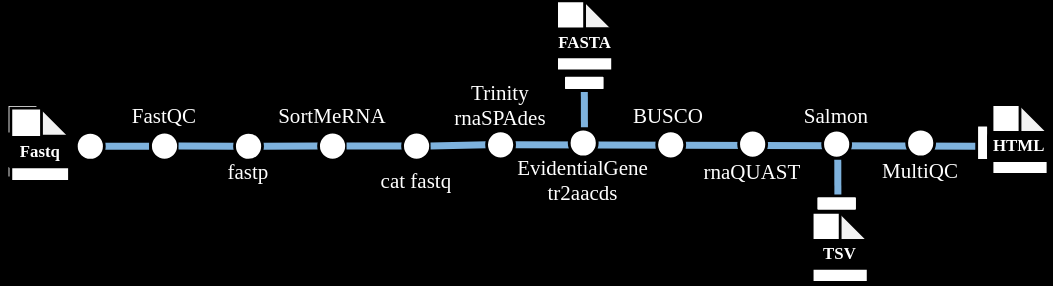
Earlier version of the draw.io export docs/images/transfuse_metro_map.drawio.svg (avani-bhojwani/TransFuse). Source tidied: cells renumbered, new cells last; positions are measured from the earlier drawing's top-left corner, leaving out a move shared by most shapes.
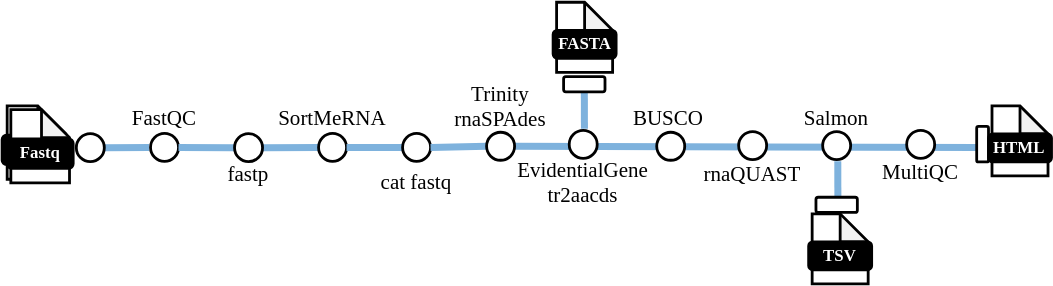
Later version of the same file.

What changed in the source:
```diff
@@ -1,22 +1,22 @@
-<mxGraphModel background="#000000">
+<mxGraphModel background="#FFFFFF">
   <root>
     <mxCell id="0" />
     <mxCell id="1" parent="0" />
-    <mxCell id="2" style="endArrow=none;html=1;rounded=1;strokeWidth=5;strokeColor=#7EB2DD;entryX=1;entryY=0;entryDx=0;entryDy=0;" parent="1" edge="1" source="26" target="35">
+    <mxCell id="2" style="endArrow=none;html=1;rounded=1;strokeWidth=5;strokeColor=#7EB2DD;entryX=1;entryY=0;entryDx=0;entryDy=0;fontColor=#000000;" parent="1" edge="1" source="26" target="35">
       <mxGeometry relative="1" as="geometry" />
     </mxCell>
-    <mxCell id="3" style="endArrow=none;html=1;rounded=1;strokeWidth=5;strokeColor=#7EB2DD;" parent="1" edge="1" source="42">
+    <mxCell id="3" style="endArrow=none;html=1;rounded=1;strokeWidth=5;strokeColor=#7EB2DD;fontColor=#000000;" parent="1" edge="1" source="42">
       <mxGeometry relative="1" as="geometry">
         <mxPoint x="105" y="103.8" as="targetPoint" />
       </mxGeometry>
     </mxCell>
-    <mxCell id="4" style="ellipse;whiteSpace=wrap;html=1;rounded=1;rotation=0;strokeWidth=2;fillColor=default;" parent="1" vertex="1">
+    <mxCell id="4" style="ellipse;whiteSpace=wrap;html=1;rounded=1;rotation=0;strokeWidth=2;fillColor=default;fontColor=#000000;" parent="1" vertex="1">
       <mxGeometry x="106" y="93.7" width="20" height="20" as="geometry" />
     </mxCell>
-    <mxCell id="5" value="&lt;font color=&quot;#ffffff&quot; style=&quot;font-size: 15px;&quot;&gt;FastQC&lt;/font&gt;" style="text;html=1;strokeColor=none;fillColor=none;align=center;verticalAlign=middle;whiteSpace=wrap;rounded=0;fontFamily=Maven Pro;fontSource=https%3A%2F%2Ffonts.googleapis.com%2Fcss%3Ffamily%3DMaven%2BPro;fontSize=15;" parent="1" vertex="1">
+    <mxCell id="5" value="&lt;font style=&quot;font-size: 15px;&quot;&gt;FastQC&lt;/font&gt;" style="text;html=1;strokeColor=none;fillColor=none;align=center;verticalAlign=middle;whiteSpace=wrap;rounded=0;fontFamily=Maven Pro;fontSource=https%3A%2F%2Ffonts.googleapis.com%2Fcss%3Ffamily%3DMaven%2BPro;fontSize=15;fontColor=#000000;" parent="1" vertex="1">
       <mxGeometry x="86" y="66.7" width="60" height="30" as="geometry" />
     </mxCell>
-    <mxCell id="6" value="&lt;font color=&quot;#ffffff&quot; style=&quot;font-size: 15px;&quot;&gt;fastp&lt;/font&gt;" style="text;html=1;strokeColor=none;fillColor=none;align=center;verticalAlign=middle;whiteSpace=wrap;rounded=0;fontFamily=Maven Pro;fontSource=https%3A%2F%2Ffonts.googleapis.com%2Fcss%3Ffamily%3DMaven%2BPro;fontSize=15;" parent="1" vertex="1">
+    <mxCell id="6" value="&lt;font style=&quot;font-size: 15px;&quot;&gt;fastp&lt;/font&gt;" style="text;html=1;strokeColor=none;fillColor=none;align=center;verticalAlign=middle;whiteSpace=wrap;rounded=0;fontFamily=Maven Pro;fontSource=https%3A%2F%2Ffonts.googleapis.com%2Fcss%3Ffamily%3DMaven%2BPro;fontSize=15;fontColor=#000000;" parent="1" vertex="1">
       <mxGeometry x="146" y="106.5" width="60" height="30" as="geometry" />
     </mxCell>
     <mxCell id="7" style="group;fontSize=10;" parent="1" vertex="1">
@@ -34,22 +34,22 @@
     <mxCell id="11" value="&lt;font color=&quot;#ffffff&quot; style=&quot;font-size: 12px;&quot;&gt;&lt;b style=&quot;font-size: 12px;&quot;&gt;&lt;font style=&quot;font-size: 12px;&quot;&gt;Fastq&lt;/font&gt;&lt;/b&gt;&lt;/font&gt;" style="rounded=1;whiteSpace=wrap;html=1;strokeWidth=2;fillColor=#000000;fontSize=12;fontFamily=Maven Pro;fontSource=https%3A%2F%2Ffonts.googleapis.com%2Fcss%3Ffamily%3DMaven%2BPro;" parent="7" vertex="1">
       <mxGeometry x="3.6" y="23.6" width="47.1" height="21" as="geometry" />
     </mxCell>
-    <mxCell id="12" value="&lt;font color=&quot;#ffffff&quot; style=&quot;font-size: 15px;&quot;&gt;SortMeRNA&lt;/font&gt;" style="text;html=1;strokeColor=none;fillColor=none;align=center;verticalAlign=middle;whiteSpace=wrap;rounded=0;fontFamily=Maven Pro;fontSource=https%3A%2F%2Ffonts.googleapis.com%2Fcss%3Ffamily%3DMaven%2BPro;fontSize=15;" parent="1" vertex="1">
+    <mxCell id="12" value="&lt;font style=&quot;font-size: 15px;&quot;&gt;SortMeRNA&lt;/font&gt;" style="text;html=1;strokeColor=none;fillColor=none;align=center;verticalAlign=middle;whiteSpace=wrap;rounded=0;fontFamily=Maven Pro;fontSource=https%3A%2F%2Ffonts.googleapis.com%2Fcss%3Ffamily%3DMaven%2BPro;fontSize=15;fontColor=#000000;" parent="1" vertex="1">
       <mxGeometry x="206" y="66.7" width="60" height="30" as="geometry" />
     </mxCell>
-    <mxCell id="13" value="&lt;font color=&quot;#ffffff&quot; style=&quot;font-size: 15px;&quot;&gt;cat fastq&lt;/font&gt;" style="text;html=1;strokeColor=none;fillColor=none;align=center;verticalAlign=middle;whiteSpace=wrap;rounded=0;fontFamily=Maven Pro;fontSource=https%3A%2F%2Ffonts.googleapis.com%2Fcss%3Ffamily%3DMaven%2BPro;fontSize=15;" parent="1" vertex="1">
+    <mxCell id="13" value="&lt;font style=&quot;font-size: 15px;&quot;&gt;cat fastq&lt;/font&gt;" style="text;html=1;strokeColor=none;fillColor=none;align=center;verticalAlign=middle;whiteSpace=wrap;rounded=0;fontFamily=Maven Pro;fontSource=https%3A%2F%2Ffonts.googleapis.com%2Fcss%3Ffamily%3DMaven%2BPro;fontSize=15;fontColor=#000000;" parent="1" vertex="1">
       <mxGeometry x="266" y="112.8" width="60" height="30" as="geometry" />
     </mxCell>
-    <mxCell id="14" value="&lt;div style=&quot;font-size: 15px;&quot;&gt;&lt;font color=&quot;#ffffff&quot; style=&quot;font-size: 15px;&quot;&gt;Trinity&lt;/font&gt;&lt;/div&gt;&lt;div style=&quot;font-size: 15px;&quot;&gt;&lt;font color=&quot;#ffffff&quot; style=&quot;font-size: 15px;&quot;&gt;rnaSPAdes&lt;br style=&quot;font-size: 15px;&quot;&gt;&lt;/font&gt;&lt;/div&gt;" style="text;html=1;strokeColor=none;fillColor=none;align=center;verticalAlign=middle;whiteSpace=wrap;rounded=0;fontFamily=Maven Pro;fontSource=https%3A%2F%2Ffonts.googleapis.com%2Fcss%3Ffamily%3DMaven%2BPro;fontSize=15;" parent="1" vertex="1">
+    <mxCell id="14" value="&lt;div style=&quot;font-size: 15px;&quot;&gt;&lt;font style=&quot;font-size: 15px;&quot;&gt;Trinity&lt;/font&gt;&lt;/div&gt;&lt;div style=&quot;font-size: 15px;&quot;&gt;&lt;font style=&quot;font-size: 15px;&quot;&gt;rnaSPAdes&lt;br style=&quot;font-size: 15px;&quot;&gt;&lt;/font&gt;&lt;/div&gt;" style="text;html=1;strokeColor=none;fillColor=none;align=center;verticalAlign=middle;whiteSpace=wrap;rounded=0;fontFamily=Maven Pro;fontSource=https%3A%2F%2Ffonts.googleapis.com%2Fcss%3Ffamily%3DMaven%2BPro;fontSize=15;fontColor=#000000;" parent="1" vertex="1">
       <mxGeometry x="326" y="44" width="60" height="59.7" as="geometry" />
     </mxCell>
-    <mxCell id="15" style="ellipse;whiteSpace=wrap;html=1;rounded=1;rotation=0;strokeWidth=2;fillColor=default;" parent="1" vertex="1">
+    <mxCell id="15" style="ellipse;whiteSpace=wrap;html=1;rounded=1;rotation=0;strokeWidth=2;fillColor=default;fontColor=#000000;" parent="1" vertex="1">
       <mxGeometry x="405" y="91.5" width="20" height="20" as="geometry" />
     </mxCell>
-    <mxCell id="16" value="&lt;div style=&quot;font-size: 15px;&quot;&gt;&lt;font color=&quot;#ffffff&quot; style=&quot;font-size: 15px;&quot;&gt;EvidentialGene tr2aacds&lt;/font&gt;&lt;br style=&quot;font-size: 15px;&quot;&gt;&lt;/div&gt;" style="text;html=1;strokeColor=none;fillColor=none;align=center;verticalAlign=middle;whiteSpace=wrap;rounded=0;fontFamily=Maven Pro;fontSource=https%3A%2F%2Ffonts.googleapis.com%2Fcss%3Ffamily%3DMaven%2BPro;fontSize=15;" parent="1" vertex="1">
+    <mxCell id="16" value="&lt;div style=&quot;font-size: 15px;&quot;&gt;&lt;font style=&quot;font-size: 15px;&quot;&gt;EvidentialGene tr2aacds&lt;/font&gt;&lt;br style=&quot;font-size: 15px;&quot;&gt;&lt;/div&gt;" style="text;html=1;strokeColor=none;fillColor=none;align=center;verticalAlign=middle;whiteSpace=wrap;rounded=0;fontFamily=Maven Pro;fontSource=https%3A%2F%2Ffonts.googleapis.com%2Fcss%3Ffamily%3DMaven%2BPro;fontSize=15;fontColor=#000000;" parent="1" vertex="1">
       <mxGeometry x="375" y="97.8" width="80" height="59.7" as="geometry" />
     </mxCell>
-    <mxCell id="17" style="endArrow=none;html=1;rounded=1;strokeWidth=5;strokeColor=#7EB2DD;" parent="1" edge="1" source="37">
+    <mxCell id="17" style="endArrow=none;html=1;rounded=1;strokeWidth=5;strokeColor=#7EB2DD;fontColor=#000000;" parent="1" edge="1" source="37">
       <mxGeometry relative="1" as="geometry">
         <mxPoint x="415.9" y="90.3" as="targetPoint" />
       </mxGeometry>
@@ -63,55 +63,55 @@
     <mxCell id="20" value="&lt;font color=&quot;#ffffff&quot; face=&quot;Maven Pro&quot;&gt;&lt;b&gt;FASTA&lt;/b&gt;&lt;/font&gt;" style="rounded=1;whiteSpace=wrap;html=1;strokeWidth=2;fillColor=#000000;" parent="18" vertex="1">
       <mxGeometry y="20" width="45" height="20" as="geometry" />
     </mxCell>
-    <mxCell id="21" style="endArrow=none;html=1;rounded=1;strokeWidth=5;strokeColor=#7EB2DD;" parent="1" edge="1" source="28" target="22">
+    <mxCell id="21" style="endArrow=none;html=1;rounded=1;strokeWidth=5;strokeColor=#7EB2DD;fontColor=#000000;" parent="1" edge="1" source="28" target="22">
       <mxGeometry relative="1" as="geometry" />
     </mxCell>
-    <mxCell id="22" style="ellipse;whiteSpace=wrap;html=1;rounded=1;rotation=0;strokeWidth=2;fillColor=default;" parent="1" vertex="1">
+    <mxCell id="22" style="ellipse;whiteSpace=wrap;html=1;rounded=1;rotation=0;strokeWidth=2;fillColor=default;fontColor=#000000;" parent="1" vertex="1">
       <mxGeometry x="226" y="93.7" width="20" height="20" as="geometry" />
     </mxCell>
-    <mxCell id="23" style="endArrow=none;html=1;rounded=1;strokeWidth=5;strokeColor=#7EB2DD;" parent="1" edge="1" source="22" target="24">
+    <mxCell id="23" style="endArrow=none;html=1;rounded=1;strokeWidth=5;strokeColor=#7EB2DD;fontColor=#000000;" parent="1" edge="1" source="22" target="24">
       <mxGeometry relative="1" as="geometry" />
     </mxCell>
-    <mxCell id="24" style="ellipse;whiteSpace=wrap;html=1;rounded=1;rotation=0;strokeWidth=2;fillColor=default;" parent="1" vertex="1">
+    <mxCell id="24" style="ellipse;whiteSpace=wrap;html=1;rounded=1;rotation=0;strokeWidth=2;fillColor=default;fontColor=#000000;" parent="1" vertex="1">
       <mxGeometry x="286" y="93.7" width="20" height="20" as="geometry" />
     </mxCell>
-    <mxCell id="25" style="endArrow=none;html=1;rounded=1;strokeWidth=5;strokeColor=#7EB2DD;" parent="1" edge="1" source="24" target="26">
+    <mxCell id="25" style="endArrow=none;html=1;rounded=1;strokeWidth=5;strokeColor=#7EB2DD;fontColor=#000000;" parent="1" edge="1" source="24" target="26">
       <mxGeometry relative="1" as="geometry" />
     </mxCell>
-    <mxCell id="26" style="ellipse;whiteSpace=wrap;html=1;rounded=1;rotation=0;strokeWidth=2;fillColor=default;" parent="1" vertex="1">
+    <mxCell id="26" style="ellipse;whiteSpace=wrap;html=1;rounded=1;rotation=0;strokeWidth=2;fillColor=default;fontColor=#000000;" parent="1" vertex="1">
       <mxGeometry x="346" y="92.8" width="20" height="20" as="geometry" />
     </mxCell>
-    <mxCell id="27" style="endArrow=none;html=1;rounded=1;strokeWidth=5;strokeColor=#7EB2DD;" parent="1" edge="1" source="4" target="28">
+    <mxCell id="27" style="endArrow=none;html=1;rounded=1;strokeWidth=5;strokeColor=#7EB2DD;fontColor=#000000;" parent="1" edge="1" source="4" target="28">
       <mxGeometry relative="1" as="geometry" />
     </mxCell>
-    <mxCell id="28" style="ellipse;whiteSpace=wrap;html=1;rounded=1;rotation=0;strokeWidth=2;fillColor=default;" parent="1" vertex="1">
+    <mxCell id="28" style="ellipse;whiteSpace=wrap;html=1;rounded=1;rotation=0;strokeWidth=2;fillColor=default;fontColor=#000000;" parent="1" vertex="1">
       <mxGeometry x="166" y="93.8" width="20" height="20" as="geometry" />
     </mxCell>
-    <mxCell id="29" style="ellipse;whiteSpace=wrap;html=1;rounded=1;rotation=0;strokeWidth=2;fillColor=default;" parent="1" vertex="1">
+    <mxCell id="29" style="ellipse;whiteSpace=wrap;html=1;rounded=1;rotation=0;strokeWidth=2;fillColor=default;fontColor=#000000;" parent="1" vertex="1">
       <mxGeometry x="467.5" y="92.8" width="20" height="20" as="geometry" />
     </mxCell>
-    <mxCell id="30" value="&lt;div style=&quot;font-size: 15px;&quot;&gt;&lt;font color=&quot;#ffffff&quot; style=&quot;font-size: 15px;&quot;&gt;BUSCO&lt;/font&gt;&lt;br style=&quot;font-size: 15px;&quot;&gt;&lt;/div&gt;" style="text;html=1;strokeColor=none;fillColor=none;align=center;verticalAlign=middle;whiteSpace=wrap;rounded=0;fontFamily=Maven Pro;fontSource=https%3A%2F%2Ffonts.googleapis.com%2Fcss%3Ffamily%3DMaven%2BPro;fontSize=15;" parent="1" vertex="1">
+    <mxCell id="30" value="&lt;div style=&quot;font-size: 15px;&quot;&gt;&lt;font style=&quot;font-size: 15px;&quot;&gt;BUSCO&lt;/font&gt;&lt;br style=&quot;font-size: 15px;&quot;&gt;&lt;/div&gt;" style="text;html=1;strokeColor=none;fillColor=none;align=center;verticalAlign=middle;whiteSpace=wrap;rounded=0;fontFamily=Maven Pro;fontSource=https%3A%2F%2Ffonts.googleapis.com%2Fcss%3Ffamily%3DMaven%2BPro;fontSize=15;fontColor=#000000;" parent="1" vertex="1">
       <mxGeometry x="435.5" y="64.2" width="80" height="35.5" as="geometry" />
     </mxCell>
-    <mxCell id="31" style="ellipse;whiteSpace=wrap;html=1;rounded=1;rotation=0;strokeWidth=2;fillColor=default;" parent="1" vertex="1">
+    <mxCell id="31" style="ellipse;whiteSpace=wrap;html=1;rounded=1;rotation=0;strokeWidth=2;fillColor=default;fontColor=#000000;" parent="1" vertex="1">
       <mxGeometry x="526" y="92.3" width="20" height="20" as="geometry" />
     </mxCell>
-    <mxCell id="32" value="&lt;div style=&quot;font-size: 15px;&quot;&gt;&lt;font color=&quot;#ffffff&quot; style=&quot;font-size: 15px;&quot;&gt;Salmon&lt;/font&gt;&lt;br style=&quot;font-size: 15px;&quot;&gt;&lt;/div&gt;" style="text;html=1;strokeColor=none;fillColor=none;align=center;verticalAlign=middle;whiteSpace=wrap;rounded=0;fontFamily=Maven Pro;fontSource=https%3A%2F%2Ffonts.googleapis.com%2Fcss%3Ffamily%3DMaven%2BPro;fontSize=15;" parent="1" vertex="1">
+    <mxCell id="32" value="&lt;div style=&quot;font-size: 15px;&quot;&gt;&lt;font style=&quot;font-size: 15px;&quot;&gt;Salmon&lt;/font&gt;&lt;br style=&quot;font-size: 15px;&quot;&gt;&lt;/div&gt;" style="text;html=1;strokeColor=none;fillColor=none;align=center;verticalAlign=middle;whiteSpace=wrap;rounded=0;fontFamily=Maven Pro;fontSource=https%3A%2F%2Ffonts.googleapis.com%2Fcss%3Ffamily%3DMaven%2BPro;fontSize=15;fontColor=#000000;" parent="1" vertex="1">
       <mxGeometry x="556" y="64.2" width="80" height="35.5" as="geometry" />
     </mxCell>
-    <mxCell id="33" style="ellipse;whiteSpace=wrap;html=1;rounded=1;rotation=0;strokeWidth=2;fillColor=default;" parent="1" vertex="1">
+    <mxCell id="33" style="ellipse;whiteSpace=wrap;html=1;rounded=1;rotation=0;strokeWidth=2;fillColor=default;fontColor=#000000;" parent="1" vertex="1">
       <mxGeometry x="586" y="92.3" width="20" height="20" as="geometry" />
     </mxCell>
-    <mxCell id="34" value="&lt;div style=&quot;font-size: 15px;&quot;&gt;&lt;font color=&quot;#ffffff&quot; style=&quot;font-size: 15px;&quot;&gt;rnaQUAST&lt;/font&gt;&lt;br style=&quot;font-size: 15px;&quot;&gt;&lt;/div&gt;" style="text;html=1;strokeColor=none;fillColor=none;align=center;verticalAlign=middle;whiteSpace=wrap;rounded=0;fontFamily=Maven Pro;fontSource=https%3A%2F%2Ffonts.googleapis.com%2Fcss%3Ffamily%3DMaven%2BPro;fontSize=15;" parent="1" vertex="1">
+    <mxCell id="34" value="&lt;div style=&quot;font-size: 15px;&quot;&gt;&lt;font style=&quot;font-size: 15px;&quot;&gt;rnaQUAST&lt;/font&gt;&lt;br style=&quot;font-size: 15px;&quot;&gt;&lt;/div&gt;" style="text;html=1;strokeColor=none;fillColor=none;align=center;verticalAlign=middle;whiteSpace=wrap;rounded=0;fontFamily=Maven Pro;fontSource=https%3A%2F%2Ffonts.googleapis.com%2Fcss%3Ffamily%3DMaven%2BPro;fontSize=15;fontColor=#000000;" parent="1" vertex="1">
       <mxGeometry x="496" y="103.8" width="80" height="35.5" as="geometry" />
     </mxCell>
-    <mxCell id="35" value="&lt;div style=&quot;font-size: 15px;&quot;&gt;&lt;font color=&quot;#ffffff&quot; style=&quot;font-size: 15px;&quot;&gt;MultiQC&lt;/font&gt;&lt;br style=&quot;font-size: 15px;&quot;&gt;&lt;/div&gt;" style="text;html=1;strokeColor=none;fillColor=none;align=center;verticalAlign=middle;whiteSpace=wrap;rounded=0;fontFamily=Maven Pro;fontSource=https%3A%2F%2Ffonts.googleapis.com%2Fcss%3Ffamily%3DMaven%2BPro;fontSize=15;" parent="1" vertex="1">
+    <mxCell id="35" value="&lt;div style=&quot;font-size: 15px;&quot;&gt;&lt;font style=&quot;font-size: 15px;&quot;&gt;MultiQC&lt;/font&gt;&lt;br style=&quot;font-size: 15px;&quot;&gt;&lt;/div&gt;" style="text;html=1;strokeColor=none;fillColor=none;align=center;verticalAlign=middle;whiteSpace=wrap;rounded=0;fontFamily=Maven Pro;fontSource=https%3A%2F%2Ffonts.googleapis.com%2Fcss%3Ffamily%3DMaven%2BPro;fontSize=15;fontColor=#000000;" parent="1" vertex="1">
       <mxGeometry x="616" y="103.7" width="80" height="35.5" as="geometry" />
     </mxCell>
-    <mxCell id="36" style="ellipse;whiteSpace=wrap;html=1;rounded=1;rotation=0;strokeWidth=2;fillColor=default;" parent="1" vertex="1">
+    <mxCell id="36" style="ellipse;whiteSpace=wrap;html=1;rounded=1;rotation=0;strokeWidth=2;fillColor=default;fontColor=#000000;" parent="1" vertex="1">
       <mxGeometry x="646" y="91.5" width="20" height="20" as="geometry" />
     </mxCell>
-    <mxCell id="37" style="rounded=1;whiteSpace=wrap;html=1;strokeWidth=2;direction=south;" parent="1" vertex="1">
+    <mxCell id="37" style="rounded=1;whiteSpace=wrap;html=1;strokeWidth=2;direction=south;fontColor=#000000;" parent="1" vertex="1">
       <mxGeometry x="401" y="53.2" width="29.6" height="10.8" as="geometry" />
     </mxCell>
     <mxCell id="38" style="rounded=1;whiteSpace=wrap;html=1;strokeWidth=2;" parent="1" vertex="1">
@@ -129,7 +129,7 @@
     <mxCell id="42" style="ellipse;whiteSpace=wrap;html=1;rounded=1;rotation=0;strokeWidth=2;" parent="1" vertex="1">
       <mxGeometry x="53" y="93.8" width="20" height="20" as="geometry" />
     </mxCell>
-    <mxCell id="43" style="endArrow=none;html=1;rounded=1;strokeWidth=5;strokeColor=#7EB2DD;" parent="1" edge="1">
+    <mxCell id="43" style="endArrow=none;html=1;rounded=1;strokeWidth=5;strokeColor=#7EB2DD;fontColor=#000000;" parent="1" edge="1">
       <mxGeometry relative="1" as="geometry">
         <mxPoint x="596.8" y="113.5" as="sourcePoint" />
         <mxPoint x="596.9" y="139.8" as="targetPoint" />
@@ -144,7 +144,7 @@
     <mxCell id="46" value="&lt;font color=&quot;#ffffff&quot; face=&quot;Maven Pro&quot;&gt;&lt;b&gt;TSV&lt;/b&gt;&lt;/font&gt;" style="rounded=1;whiteSpace=wrap;html=1;strokeWidth=2;fillColor=#000000;" parent="44" vertex="1">
       <mxGeometry y="20" width="45" height="20" as="geometry" />
     </mxCell>
-    <mxCell id="47" style="rounded=1;whiteSpace=wrap;html=1;strokeWidth=2;direction=south;" parent="1" vertex="1">
+    <mxCell id="47" style="rounded=1;whiteSpace=wrap;html=1;strokeWidth=2;direction=south;fontColor=#000000;" parent="1" vertex="1">
       <mxGeometry x="581.2" y="139.3" width="29.6" height="10.8" as="geometry" />
     </mxCell>
   </root>
```
